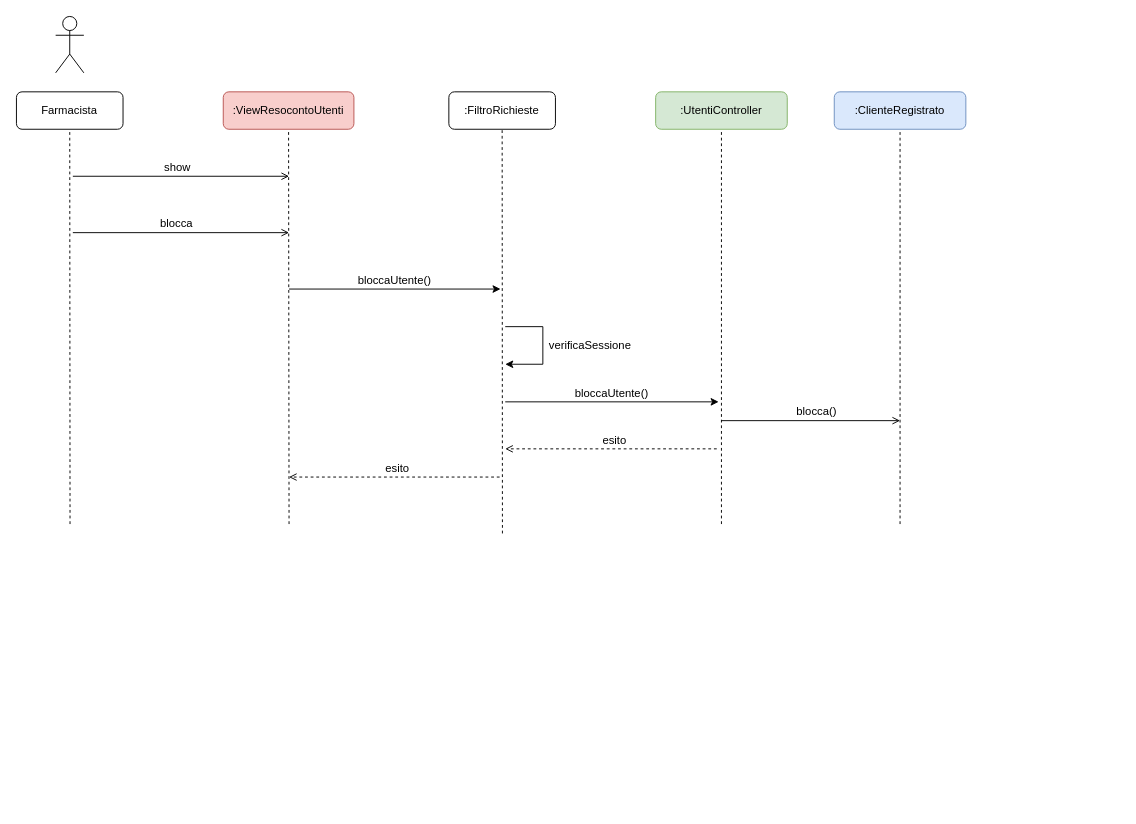
This is page "SospensioneUtenza" (6 of 6) of drawio/Progettazione/Interazione.drawio from lnwor/farmabyte-doc, a draw.io file, before an edit. Source tidied: cells renumbered, new cells numbered last; positions are measured from the earlier drawing's top-left corner, leaving out a move shared by most shapes. Both pictures are drawn from the tidied source at 94%, with x=0, y=0 at pixel (16, 16).
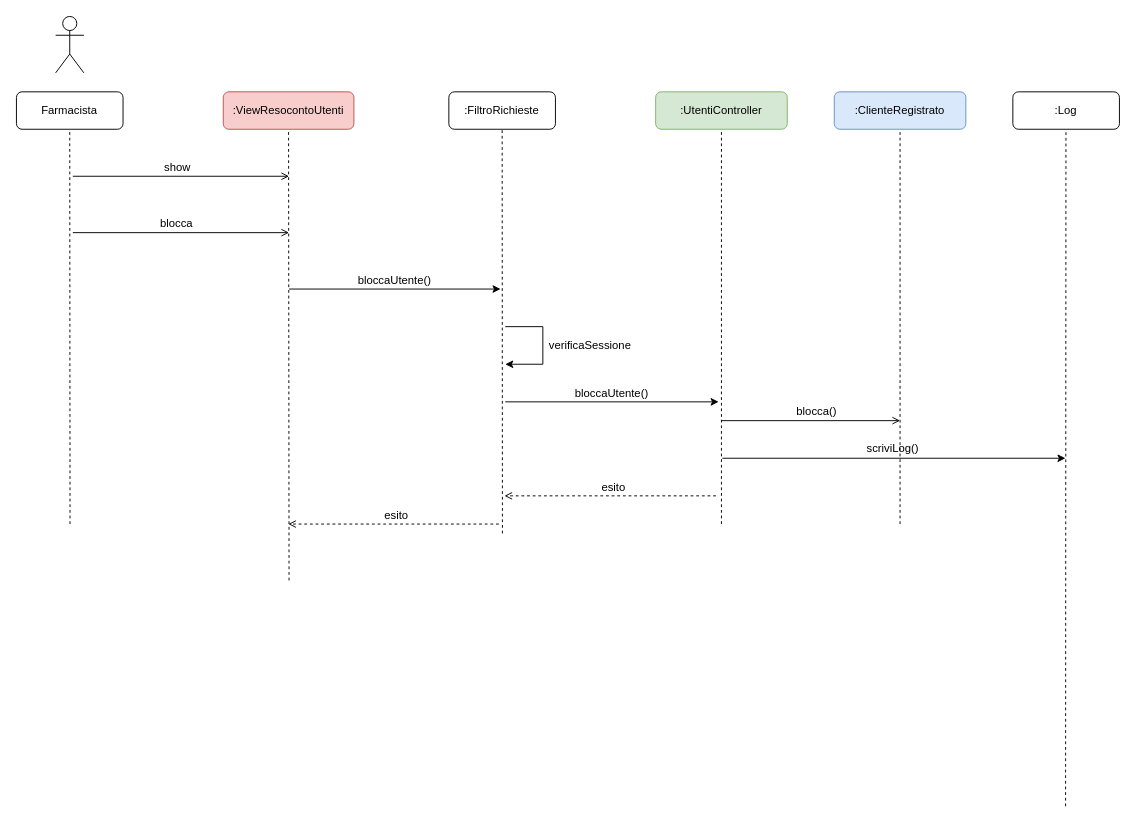
The same page after the edit.

The change refers to these unchanged cells:
```xml
<mxCell id="4" value="&lt;div&gt;:ViewResocontoUtenti&lt;/div&gt;" style="rounded=1;whiteSpace=wrap;html=1;fillColor=#f8cecc;strokeColor=#b85450;" parent="1" vertex="1">
  <mxGeometry x="220" y="80.2" width="139" height="39.8" as="geometry" />
</mxCell>
```

Change to the diagram source:
```diff
@@
     <mxCell id="8" style="endArrow=none;dashed=1;html=1;entryX=0.5;entryY=1;entryDx=0;entryDy=0;" parent="1" edge="1" target="4">
       <mxGeometry relative="1" as="geometry">
-        <mxPoint x="290" y="540" as="sourcePoint" />
+        <mxPoint x="290" y="600" as="sourcePoint" />
       </mxGeometry>
     </mxCell>
@@
     <mxCell id="19" style="endArrow=open;html=1;fontSize=12;dashed=1;endFill=0;" parent="1" edge="1">
       <mxGeometry relative="1" as="geometry">
-        <mxPoint x="514" y="490" as="sourcePoint" />
-        <mxPoint x="290" y="490" as="targetPoint" />
+        <mxPoint x="513.2" y="540" as="sourcePoint" />
+        <mxPoint x="289.2" y="540" as="targetPoint" />
       </mxGeometry>
     </mxCell>
@@
     <mxCell id="25" style="endArrow=open;html=1;fontSize=12;dashed=1;endFill=0;" parent="1" edge="1">
       <mxGeometry relative="1" as="geometry">
-        <mxPoint x="745" y="460" as="sourcePoint" />
-        <mxPoint x="520" y="460" as="targetPoint" />
+        <mxPoint x="744.2" y="510" as="sourcePoint" />
+        <mxPoint x="519.2" y="510" as="targetPoint" />
       </mxGeometry>
     </mxCell>
@@
+    <mxCell id="29" style="endArrow=none;dashed=1;html=1;entryX=0.5;entryY=1;entryDx=0;entryDy=0;" parent="1" edge="1">
+      <mxGeometry relative="1" as="geometry">
+        <mxPoint x="1116.1" y="840.2" as="sourcePoint" />
+        <mxPoint x="1116.5" y="120.2" as="targetPoint" />
+      </mxGeometry>
+    </mxCell>
+    <mxCell id="30" value=":Log" style="rounded=1;whiteSpace=wrap;html=1;" parent="1" vertex="1">
+      <mxGeometry x="1060" y="80.2" width="113.4" height="39.8" as="geometry" />
+    </mxCell>
+    <mxCell id="31" style="endArrow=none;html=1;startArrow=classic;startFill=1;" parent="1" edge="1">
+      <mxGeometry relative="1" as="geometry">
+        <mxPoint x="1116" y="470" as="sourcePoint" />
+        <mxPoint x="751" y="470" as="targetPoint" />
+      </mxGeometry>
+    </mxCell>
+    <mxCell id="32" value="scriviLog()" style="text;html=1;align=center;verticalAlign=middle;strokeColor=none;" parent="1" vertex="1">
+      <mxGeometry x="896.7" y="450" width="70" height="20" as="geometry" />
+    </mxCell>
```
